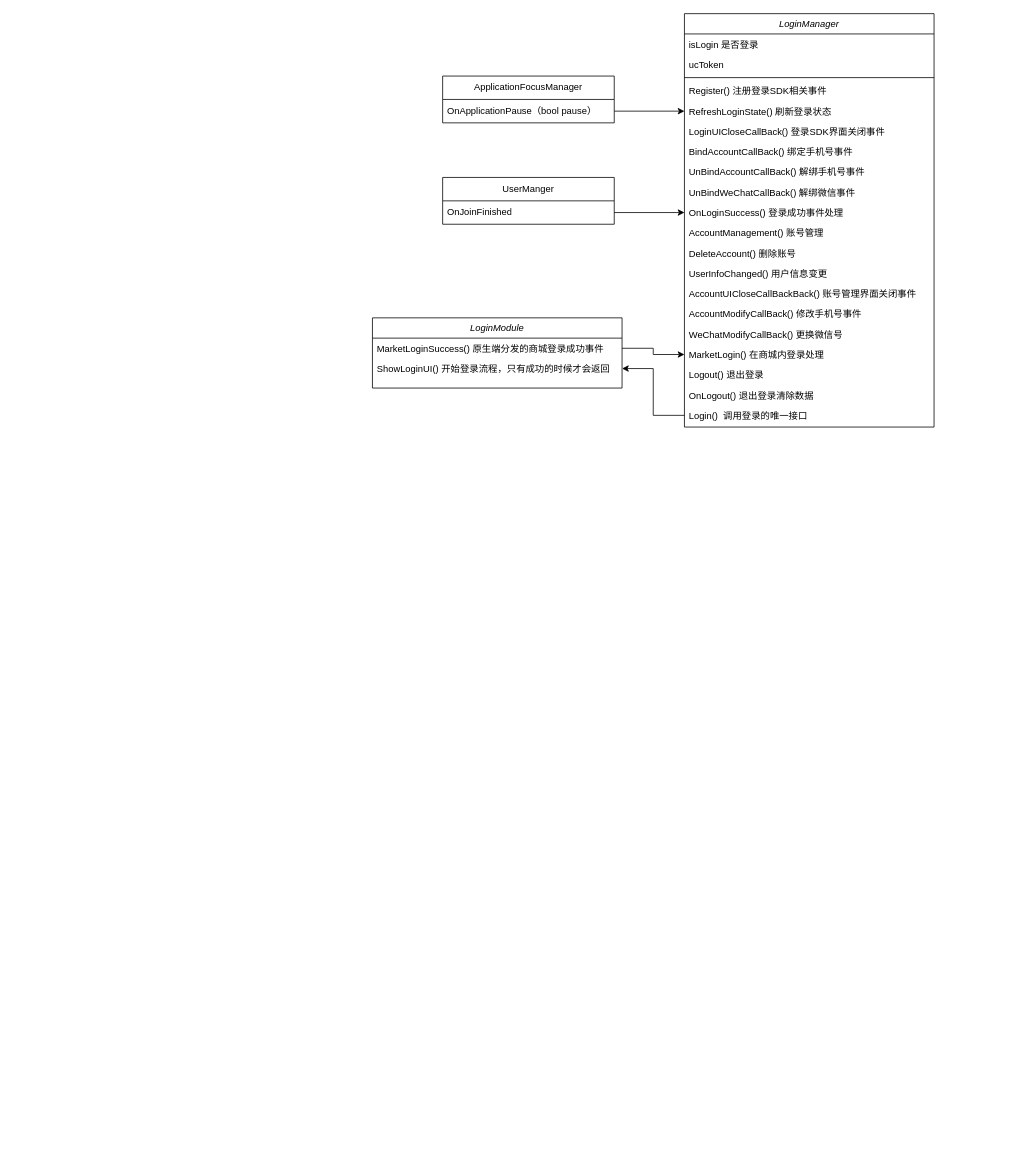
Earlier version of the draw.io diagram LoginManager.drawio (NicoleXiao/Draw). Source tidied: cells renumbered, new cells numbered last; positions are measured from the earlier drawing's top-left corner, leaving out a move shared by most shapes. Both pictures are drawn from the tidied source at 78%, with x=0, y=0 at pixel (372, 13).
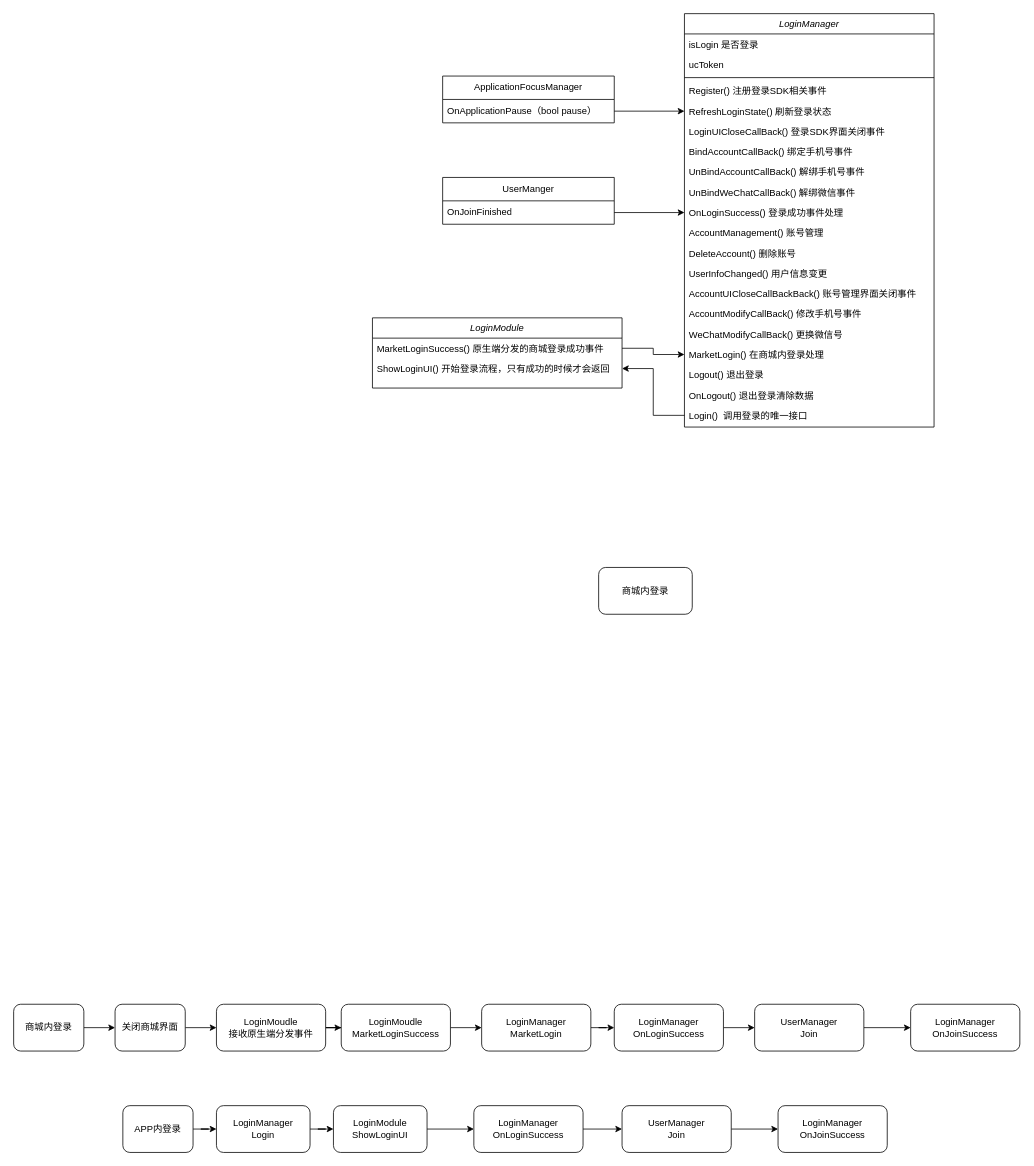
Above is the later version.

What changed in the source:
```diff
@@
+    <mxCell id="34" value="商城内登录" style="rounded=1;whiteSpace=wrap;html=1;labelBackgroundColor=none;" parent="1" vertex="1">
+      <mxGeometry x="290" y="710" width="120" height="60" as="geometry" />
+    </mxCell>
+    <mxCell id="35" style="edgeStyle=orthogonalEdgeStyle;rounded=0;jettySize=auto;html=1;" parent="1" edge="1" source="36" target="38">
+      <mxGeometry relative="1" as="geometry" />
+    </mxCell>
+    <mxCell id="36" value="商城内登录" style="rounded=1;whiteSpace=wrap;html=1;labelBackgroundColor=none;" parent="1" vertex="1">
+      <mxGeometry x="-460" y="1270" width="90" height="60" as="geometry" />
+    </mxCell>
+    <mxCell id="37" style="edgeStyle=orthogonalEdgeStyle;rounded=0;jettySize=auto;html=1;" parent="1" edge="1" source="38" target="40">
+      <mxGeometry relative="1" as="geometry" />
+    </mxCell>
+    <mxCell id="38" value="关闭商城界面" style="rounded=1;whiteSpace=wrap;html=1;labelBackgroundColor=none;" parent="1" vertex="1">
+      <mxGeometry x="-330" y="1270" width="90" height="60" as="geometry" />
+    </mxCell>
+    <mxCell id="39" style="edgeStyle=orthogonalEdgeStyle;rounded=0;jettySize=auto;html=1;" parent="1" edge="1" source="40" target="42">
+      <mxGeometry relative="1" as="geometry" />
+    </mxCell>
+    <mxCell id="40" value="LoginMoudle&lt;br&gt;接收原生端分发事件" style="rounded=1;whiteSpace=wrap;html=1;labelBackgroundColor=none;" parent="1" vertex="1">
+      <mxGeometry x="-200" y="1270" width="140" height="60" as="geometry" />
+    </mxCell>
+    <mxCell id="41" style="edgeStyle=orthogonalEdgeStyle;rounded=0;jettySize=auto;html=1;" parent="1" edge="1" source="42" target="44">
+      <mxGeometry relative="1" as="geometry" />
+    </mxCell>
+    <mxCell id="42" value="LoginMoudle&lt;br&gt;MarketLoginSuccess" style="rounded=1;whiteSpace=wrap;html=1;labelBackgroundColor=none;" parent="1" vertex="1">
+      <mxGeometry x="-40" y="1270" width="140" height="60" as="geometry" />
+    </mxCell>
+    <mxCell id="43" style="edgeStyle=orthogonalEdgeStyle;rounded=0;jettySize=auto;html=1;" parent="1" edge="1" source="44" target="46">
+      <mxGeometry relative="1" as="geometry" />
+    </mxCell>
+    <mxCell id="44" value="LoginManager&lt;br&gt;MarketLogin" style="rounded=1;whiteSpace=wrap;html=1;labelBackgroundColor=none;" parent="1" vertex="1">
+      <mxGeometry x="140" y="1270" width="140" height="60" as="geometry" />
+    </mxCell>
+    <mxCell id="45" style="edgeStyle=orthogonalEdgeStyle;rounded=0;jettySize=auto;html=1;" parent="1" edge="1" source="46" target="54">
+      <mxGeometry relative="1" as="geometry" />
+    </mxCell>
+    <mxCell id="46" value="LoginManager&lt;br&gt;OnLoginSuccess" style="rounded=1;whiteSpace=wrap;html=1;labelBackgroundColor=none;" parent="1" vertex="1">
+      <mxGeometry x="310" y="1270" width="140" height="60" as="geometry" />
+    </mxCell>
+    <mxCell id="47" style="edgeStyle=orthogonalEdgeStyle;rounded=0;jettySize=auto;html=1;" parent="1" edge="1" source="48" target="50">
+      <mxGeometry relative="1" as="geometry" />
+    </mxCell>
+    <mxCell id="48" value="APP内登录" style="rounded=1;whiteSpace=wrap;html=1;labelBackgroundColor=none;" parent="1" vertex="1">
+      <mxGeometry x="-320" y="1400" width="90" height="60" as="geometry" />
+    </mxCell>
+    <mxCell id="49" style="edgeStyle=orthogonalEdgeStyle;rounded=0;jettySize=auto;html=1;" parent="1" edge="1" source="50" target="52">
+      <mxGeometry relative="1" as="geometry" />
+    </mxCell>
+    <mxCell id="50" value="LoginManager&lt;br&gt;Login" style="rounded=1;whiteSpace=wrap;html=1;labelBackgroundColor=none;" parent="1" vertex="1">
+      <mxGeometry x="-200" y="1400" width="120" height="60" as="geometry" />
+    </mxCell>
+    <mxCell id="51" style="edgeStyle=orthogonalEdgeStyle;rounded=0;jettySize=auto;html=1;" parent="1" edge="1" source="52" target="56">
+      <mxGeometry relative="1" as="geometry" />
+    </mxCell>
+    <mxCell id="52" value="LoginModule&lt;br&gt;ShowLoginUI" style="rounded=1;whiteSpace=wrap;html=1;labelBackgroundColor=none;" parent="1" vertex="1">
+      <mxGeometry x="-50" y="1400" width="120" height="60" as="geometry" />
+    </mxCell>
+    <mxCell id="53" style="edgeStyle=orthogonalEdgeStyle;rounded=0;jettySize=auto;html=1;" parent="1" edge="1" source="54" target="59">
+      <mxGeometry relative="1" as="geometry" />
+    </mxCell>
+    <mxCell id="54" value="UserManager&lt;br&gt;Join" style="rounded=1;whiteSpace=wrap;html=1;labelBackgroundColor=none;" parent="1" vertex="1">
+      <mxGeometry x="490" y="1270" width="140" height="60" as="geometry" />
+    </mxCell>
+    <mxCell id="55" style="edgeStyle=orthogonalEdgeStyle;rounded=0;jettySize=auto;html=1;" parent="1" edge="1" source="56" target="58">
+      <mxGeometry relative="1" as="geometry" />
+    </mxCell>
+    <mxCell id="56" value="LoginManager&lt;br&gt;OnLoginSuccess" style="rounded=1;whiteSpace=wrap;html=1;labelBackgroundColor=none;" parent="1" vertex="1">
+      <mxGeometry x="130" y="1400" width="140" height="60" as="geometry" />
+    </mxCell>
+    <mxCell id="57" style="edgeStyle=orthogonalEdgeStyle;rounded=0;jettySize=auto;html=1;" parent="1" edge="1" source="58" target="60">
+      <mxGeometry relative="1" as="geometry" />
+    </mxCell>
+    <mxCell id="58" value="UserManager&lt;br&gt;Join" style="rounded=1;whiteSpace=wrap;html=1;labelBackgroundColor=none;" parent="1" vertex="1">
+      <mxGeometry x="320" y="1400" width="140" height="60" as="geometry" />
+    </mxCell>
+    <mxCell id="59" value="LoginManager&lt;br&gt;OnJoinSuccess" style="rounded=1;whiteSpace=wrap;html=1;labelBackgroundColor=none;" parent="1" vertex="1">
+      <mxGeometry x="690" y="1270" width="140" height="60" as="geometry" />
+    </mxCell>
+    <mxCell id="60" value="LoginManager&lt;br&gt;OnJoinSuccess" style="rounded=1;whiteSpace=wrap;html=1;labelBackgroundColor=none;" parent="1" vertex="1">
+      <mxGeometry x="520" y="1400" width="140" height="60" as="geometry" />
+    </mxCell>
```
